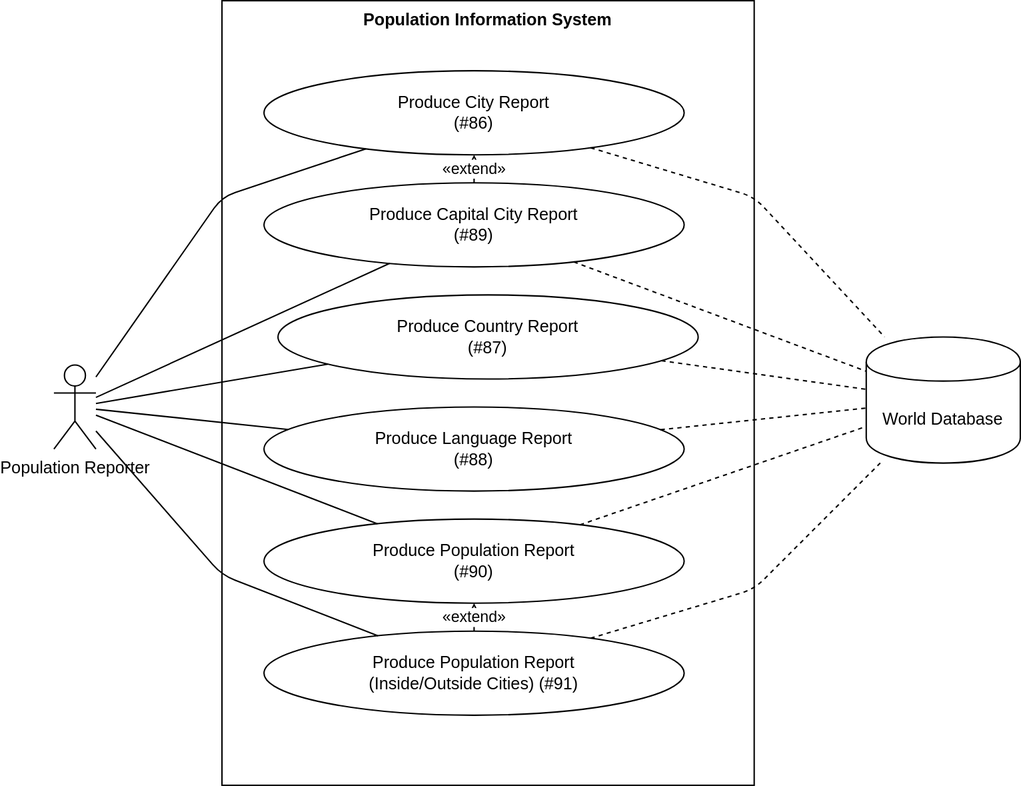
Before: use-cases/group1-use-case-diagram.svg, a diagram exported from draw.io (IslaMThompson/Group1). Source tidied: cells renumbered, new cells last; positions are measured from the earlier drawing's top-left corner, leaving out a move shared by most shapes.
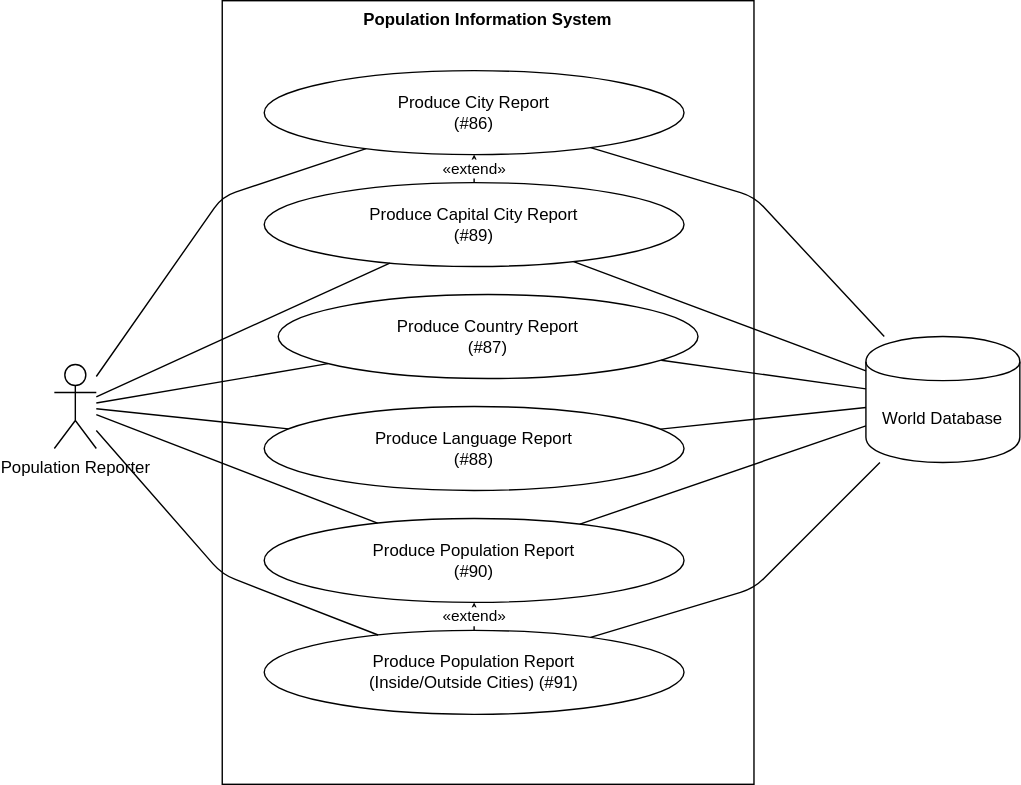
Later version of the same file.

Commit message:
removed the dashed lines

What changed in the source:
```diff
@@ -61,26 +61,26 @@
     <mxCell id="18" value="«extend»" style="endArrow=open;endFill=0;dashed=1;html=1;" parent="1" edge="1" source="9" target="8">
       <mxGeometry relative="1" as="geometry" />
     </mxCell>
-    <mxCell id="19" style="endArrow=none;html=1;dashed=1;" parent="1" edge="1" source="4" target="10">
+    <mxCell id="19" style="endArrow=none;html=1;" parent="1" edge="1" source="4" target="10">
       <mxGeometry relative="1" as="geometry">
         <Array as="points">
           <mxPoint x="500" y="140" />
         </Array>
       </mxGeometry>
     </mxCell>
-    <mxCell id="20" style="endArrow=none;html=1;dashed=1;" parent="1" edge="1" source="5" target="10">
+    <mxCell id="20" style="endArrow=none;html=1;" parent="1" edge="1" source="5" target="10">
       <mxGeometry relative="1" as="geometry" />
     </mxCell>
-    <mxCell id="21" style="endArrow=none;html=1;dashed=1;" parent="1" edge="1" source="6" target="10">
+    <mxCell id="21" style="endArrow=none;html=1;" parent="1" edge="1" source="6" target="10">
       <mxGeometry relative="1" as="geometry" />
     </mxCell>
-    <mxCell id="22" style="endArrow=none;html=1;dashed=1;" parent="1" edge="1" source="7" target="10">
+    <mxCell id="22" style="endArrow=none;html=1;" parent="1" edge="1" source="7" target="10">
       <mxGeometry relative="1" as="geometry" />
     </mxCell>
-    <mxCell id="23" style="endArrow=none;html=1;dashed=1;" parent="1" edge="1" source="8" target="10">
+    <mxCell id="23" style="endArrow=none;html=1;" parent="1" edge="1" source="8" target="10">
       <mxGeometry relative="1" as="geometry" />
     </mxCell>
-    <mxCell id="24" style="endArrow=none;html=1;dashed=1;" parent="1" edge="1" source="9" target="10">
+    <mxCell id="24" style="endArrow=none;html=1;" parent="1" edge="1" source="9" target="10">
       <mxGeometry relative="1" as="geometry">
         <Array as="points">
           <mxPoint x="500" y="420" />
```
